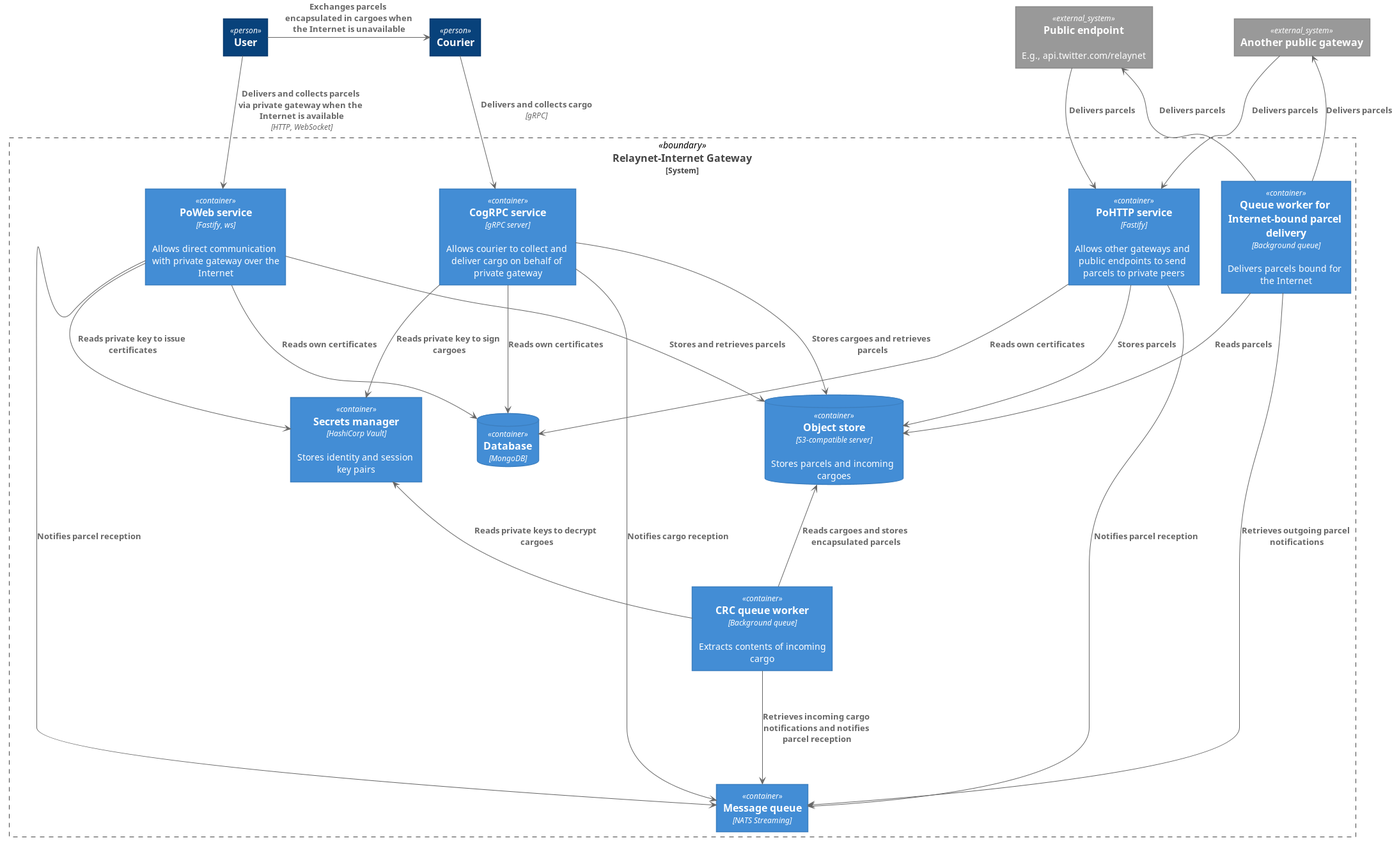
Above: docs/diagrams/system.png in relaycorp/awala-gateway-internet (PlantUML), before the change. Its diagram source:
```plantuml
@startuml "system"





skinparam defaultTextAlignment center

skinparam wrapWidth 200
skinparam maxMessageSize 150

skinparam rectangle {
    StereotypeFontSize 12
    shadowing false
}

skinparam database {
    StereotypeFontSize 12
    shadowing false
}

skinparam Arrow {
    Color #666666
    FontColor #666666
    FontSize 12
}

skinparam rectangle<<boundary>> {
    Shadowing false
    StereotypeFontSize 0
    FontColor #444444
    BorderColor #444444
    BorderStyle dashed
}






















skinparam rectangle<<person>> {
    StereotypeFontColor #FFFFFF
    FontColor #FFFFFF
    BackgroundColor #08427B
    BorderColor #073B6F
}

skinparam rectangle<<external_person>> {
    StereotypeFontColor #FFFFFF
    FontColor #FFFFFF
    BackgroundColor #686868
    BorderColor #8A8A8A
}

skinparam rectangle<<system>> {
    StereotypeFontColor #FFFFFF
    FontColor #FFFFFF
    BackgroundColor #1168BD
    BorderColor #3C7FC0
}

skinparam rectangle<<external_system>> {
    StereotypeFontColor #FFFFFF
    FontColor #FFFFFF
    BackgroundColor #999999
    BorderColor #8A8A8A
}

skinparam database<<system>> {
    StereotypeFontColor #FFFFFF
    FontColor #FFFFFF
    BackgroundColor #1168BD
    BorderColor #3C7FC0
}

skinparam database<<external_system>> {
    StereotypeFontColor #FFFFFF
    FontColor #FFFFFF
    BackgroundColor #999999
    BorderColor #8A8A8A
}
















skinparam rectangle<<container>> {
    StereotypeFontColor #FFFFFF
    FontColor #FFFFFF
    BackgroundColor #438DD5
    BorderColor #3C7FC0
}

skinparam database<<container>> {
    StereotypeFontColor #FFFFFF
    FontColor #FFFFFF
    BackgroundColor #438DD5
    BorderColor #3C7FC0
}








skinparam wrapWidth 200
skinparam maxMessageSize 200

top to bottom direction

rectangle "==User" <<person>> as user
rectangle "==Courier" <<person>> as courier

rectangle "==Relaynet-Internet Gateway\n<size:12>[System]</size>" <<boundary>> as c1 {
  rectangle "==PoWeb service\n//<size:12>[Fastify, ws]</size>//\n\n Allows direct communication with private gateway over the Internet" <<container>> as poweb

  rectangle "==CogRPC service\n//<size:12>[gRPC server]</size>//\n\n Allows courier to collect and deliver cargo on behalf of private gateway" <<container>> as cogrpc

  rectangle "==PoHTTP service\n//<size:12>[Fastify]</size>//\n\n Allows other gateways and public endpoints to send parcels to private peers" <<container>> as pohttp

  rectangle "==Queue worker for Internet-bound parcel delivery\n//<size:12>[Background queue]</size>//\n\n Delivers parcels bound for the Internet" <<container>> as pdc_internet_queue

  rectangle "==CRC queue worker\n//<size:12>[Background queue]</size>//\n\n Extracts contents of incoming cargo" <<container>> as crc_queue_worker

  rectangle "==Message queue\n//<size:12>[NATS Streaming]</size>//" <<container>> as message_queue

  database "==Object store\n//<size:12>[S3-compatible server]</size>//\n\n Stores parcels and incoming cargoes" <<container>> as object_store

  database "==Database\n//<size:12>[MongoDB]</size>//" <<container>> as db

  rectangle "==Secrets manager\n//<size:12>[HashiCorp Vault]</size>//\n\n Stores identity and session key pairs" <<container>> as secrets_manager
}

rectangle "==Public endpoint\n\n E.g., api.twitter.com/relaynet" <<external_system>> as public_endpoint
rectangle "==Another public gateway" <<external_system>> as other_public_gateway

user -RIGHT-> courier : "===Exchanges parcels encapsulated in cargoes when the Internet is unavailable"

user --> poweb : "===Delivers and collects parcels via private gateway when the Internet is available\n//<size:12>[HTTP, WebSocket]</size>//"
courier --> cogrpc : "===Delivers and collects cargo\n//<size:12>[gRPC]</size>//"
public_endpoint --> pohttp : "===Delivers parcels"
other_public_gateway --> pohttp : "===Delivers parcels"

poweb --> object_store : "===Stores and retrieves parcels"
poweb --> message_queue : "===Notifies parcel reception"
poweb --> db : "===Reads own certificates"
poweb --> secrets_manager : "===Reads private key to issue certificates"

pohttp --> db : "===Reads own certificates"
pohttp --> object_store : "===Stores parcels"
pohttp --> message_queue : "===Notifies parcel reception"

cogrpc --> db : "===Reads own certificates"
cogrpc --> object_store : "===Stores cargoes and retrieves parcels"
cogrpc --> secrets_manager : "===Reads private key to sign cargoes"
cogrpc --> message_queue : "===Notifies cargo reception"

pdc_internet_queue --> message_queue : "===Retrieves outgoing parcel notifications"
pdc_internet_queue --> object_store : "===Reads parcels"
pdc_internet_queue --> public_endpoint : "===Delivers parcels"
pdc_internet_queue --> other_public_gateway : "===Delivers parcels"

crc_queue_worker --> message_queue : "===Retrieves incoming cargo notifications and notifies parcel reception"
crc_queue_worker -LEFT-> object_store : "===Reads cargoes and stores encapsulated parcels"
crc_queue_worker -UP-> secrets_manager : "===Reads private keys to decrypt cargoes"

@enduml
```
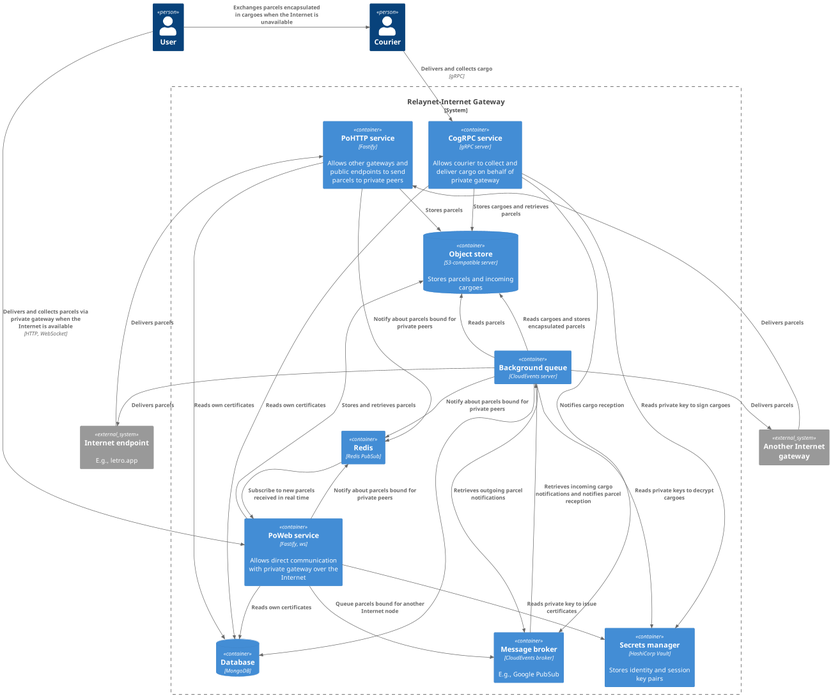
After the commit.

Diff of the diagram source:
```diff
@@ -1,196 +1,66 @@
 @startuml "system"
-
-
-
-
-
-skinparam defaultTextAlignment center
-
-skinparam wrapWidth 200
-skinparam maxMessageSize 150
-
-skinparam rectangle {
-    StereotypeFontSize 12
-    shadowing false
-}
-
-skinparam database {
-    StereotypeFontSize 12
-    shadowing false
-}
-
-skinparam Arrow {
-    Color #666666
-    FontColor #666666
-    FontSize 12
-}
-
-skinparam rectangle<<boundary>> {
-    Shadowing false
-    StereotypeFontSize 0
-    FontColor #444444
-    BorderColor #444444
-    BorderStyle dashed
-}
-
-
-
-
-
-
-
-
-
-
-
-
-
-
-
-
-
-
-
-
-
-
-skinparam rectangle<<person>> {
-    StereotypeFontColor #FFFFFF
-    FontColor #FFFFFF
-    BackgroundColor #08427B
-    BorderColor #073B6F
-}
-
-skinparam rectangle<<external_person>> {
-    StereotypeFontColor #FFFFFF
-    FontColor #FFFFFF
-    BackgroundColor #686868
-    BorderColor #8A8A8A
-}
-
-skinparam rectangle<<system>> {
-    StereotypeFontColor #FFFFFF
-    FontColor #FFFFFF
-    BackgroundColor #1168BD
-    BorderColor #3C7FC0
-}
-
-skinparam rectangle<<external_system>> {
-    StereotypeFontColor #FFFFFF
-    FontColor #FFFFFF
-    BackgroundColor #999999
-    BorderColor #8A8A8A
-}
-
-skinparam database<<system>> {
-    StereotypeFontColor #FFFFFF
-    FontColor #FFFFFF
-    BackgroundColor #1168BD
-    BorderColor #3C7FC0
-}
-
-skinparam database<<external_system>> {
-    StereotypeFontColor #FFFFFF
-    FontColor #FFFFFF
-    BackgroundColor #999999
-    BorderColor #8A8A8A
-}
-
-
-
-
-
-
-
-
-
-
-
-
-
-
-
-
-skinparam rectangle<<container>> {
-    StereotypeFontColor #FFFFFF
-    FontColor #FFFFFF
-    BackgroundColor #438DD5
-    BorderColor #3C7FC0
-}
-
-skinparam database<<container>> {
-    StereotypeFontColor #FFFFFF
-    FontColor #FFFFFF
-    BackgroundColor #438DD5
-    BorderColor #3C7FC0
-}
-
-
-
-
-
-
-
+!includeurl https://raw.githubusercontent.com/RicardoNiepel/C4-PlantUML/master/C4_Container.puml
 
 skinparam wrapWidth 200
 skinparam maxMessageSize 200
 
-top to bottom direction
+Person(user, User)
+Person(courier, Courier)
 
-rectangle "==User" <<person>> as user
-rectangle "==Courier" <<person>> as courier
+System_Boundary(c1, "Relaynet-Internet Gateway") {
+  Container(poweb, "PoWeb service", "Fastify, ws", "Allows direct communication with private gateway over the Internet")
 
-rectangle "==Relaynet-Internet Gateway\n<size:12>[System]</size>" <<boundary>> as c1 {
-  rectangle "==PoWeb service\n//<size:12>[Fastify, ws]</size>//\n\n Allows direct communication with private gateway over the Internet" <<container>> as poweb
+  Container(cogrpc, "CogRPC service", "gRPC server", "Allows courier to collect and deliver cargo on behalf of private gateway")
 
-  rectangle "==CogRPC service\n//<size:12>[gRPC server]</size>//\n\n Allows courier to collect and deliver cargo on behalf of private gateway" <<container>> as cogrpc
+  Container(pohttp, "PoHTTP service", "Fastify", "Allows other gateways and public endpoints to send parcels to private peers")
 
-  rectangle "==PoHTTP service\n//<size:12>[Fastify]</size>//\n\n Allows other gateways and public endpoints to send parcels to private peers" <<container>> as pohttp
+  Container(background_queue, "Background queue", "CloudEvents server")
 
-  rectangle "==Queue worker for Internet-bound parcel delivery\n//<size:12>[Background queue]</size>//\n\n Delivers parcels bound for the Internet" <<container>> as pdc_internet_queue
+  Container(message_broker, "Message broker", "CloudEvents broker", "E.g., Google PubSub")
+  Container(redis, "Redis", "Redis PubSub")
 
-  rectangle "==CRC queue worker\n//<size:12>[Background queue]</size>//\n\n Extracts contents of incoming cargo" <<container>> as crc_queue_worker
+  ContainerDb(object_store, "Object store", "S3-compatible server", "Stores parcels and incoming cargoes")
 
-  rectangle "==Message queue\n//<size:12>[NATS Streaming]</size>//" <<container>> as message_queue
+  ContainerDb(db, "Database", "MongoDB")
 
-  database "==Object store\n//<size:12>[S3-compatible server]</size>//\n\n Stores parcels and incoming cargoes" <<container>> as object_store
-
-  database "==Database\n//<size:12>[MongoDB]</size>//" <<container>> as db
-
-  rectangle "==Secrets manager\n//<size:12>[HashiCorp Vault]</size>//\n\n Stores identity and session key pairs" <<container>> as secrets_manager
+  Container(secrets_manager, "Secrets manager", "HashiCorp Vault", "Stores identity and session key pairs")
 }
 
-rectangle "==Public endpoint\n\n E.g., api.twitter.com/relaynet" <<external_system>> as public_endpoint
-rectangle "==Another public gateway" <<external_system>> as other_public_gateway
+System_Ext(public_endpoint, "Internet endpoint", "E.g., letro.app")
+System_Ext(other_public_gateway, "Another Internet gateway")
 
-user -RIGHT-> courier : "===Exchanges parcels encapsulated in cargoes when the Internet is unavailable"
+Rel_R(user, courier, "Exchanges parcels encapsulated in cargoes when the Internet is unavailable")
 
-user --> poweb : "===Delivers and collects parcels via private gateway when the Internet is available\n//<size:12>[HTTP, WebSocket]</size>//"
-courier --> cogrpc : "===Delivers and collects cargo\n//<size:12>[gRPC]</size>//"
-public_endpoint --> pohttp : "===Delivers parcels"
-other_public_gateway --> pohttp : "===Delivers parcels"
+Rel(user, poweb, "Delivers and collects parcels via private gateway when the Internet is available", "HTTP, WebSocket")
+Rel(courier, cogrpc, "Delivers and collects cargo", "gRPC")
+Rel(public_endpoint, pohttp, "Delivers parcels")
+Rel(other_public_gateway, pohttp, "Delivers parcels")
 
-poweb --> object_store : "===Stores and retrieves parcels"
-poweb --> message_queue : "===Notifies parcel reception"
-poweb --> db : "===Reads own certificates"
-poweb --> secrets_manager : "===Reads private key to issue certificates"
+Rel(poweb, object_store, "Stores and retrieves parcels")
+Rel(poweb, message_broker, "Queue parcels bound for another Internet node")
+Rel(poweb, redis, "Notify about parcels bound for private peers")
+Rel(redis, poweb, "Subscribe to new parcels received in real time")
+Rel(poweb, db, "Reads own certificates")
+Rel(poweb, secrets_manager, "Reads private key to issue certificates")
 
-pohttp --> db : "===Reads own certificates"
-pohttp --> object_store : "===Stores parcels"
-pohttp --> message_queue : "===Notifies parcel reception"
+Rel(pohttp, db, "Reads own certificates")
+Rel(pohttp, object_store, "Stores parcels")
+Rel(pohttp, redis, "Notify about parcels bound for private peers")
 
-cogrpc --> db : "===Reads own certificates"
-cogrpc --> object_store : "===Stores cargoes and retrieves parcels"
-cogrpc --> secrets_manager : "===Reads private key to sign cargoes"
-cogrpc --> message_queue : "===Notifies cargo reception"
+Rel(cogrpc, db, "Reads own certificates")
+Rel(cogrpc, object_store, "Stores cargoes and retrieves parcels")
+Rel(cogrpc, secrets_manager, "Reads private key to sign cargoes")
+Rel(cogrpc, message_broker, "Notifies cargo reception")
 
-pdc_internet_queue --> message_queue : "===Retrieves outgoing parcel notifications"
-pdc_internet_queue --> object_store : "===Reads parcels"
-pdc_internet_queue --> public_endpoint : "===Delivers parcels"
-pdc_internet_queue --> other_public_gateway : "===Delivers parcels"
+Rel(background_queue, db, "")
+Rel(background_queue, message_broker, "Retrieves outgoing parcel notifications")
+Rel(background_queue, object_store, "Reads parcels")
+Rel(background_queue, public_endpoint, "Delivers parcels")
+Rel(background_queue, other_public_gateway, "Delivers parcels")
 
-crc_queue_worker --> message_queue : "===Retrieves incoming cargo notifications and notifies parcel reception"
-crc_queue_worker -LEFT-> object_store : "===Reads cargoes and stores encapsulated parcels"
-crc_queue_worker -UP-> secrets_manager : "===Reads private keys to decrypt cargoes"
+Rel(message_broker, background_queue, "Retrieves incoming cargo notifications and notifies parcel reception")
+Rel(background_queue, redis, "Notify about parcels bound for private peers")
+Rel_L(background_queue, object_store, "Reads cargoes and stores encapsulated parcels")
+Rel_U(background_queue, secrets_manager, "Reads private keys to decrypt cargoes")
 
 @enduml
```
